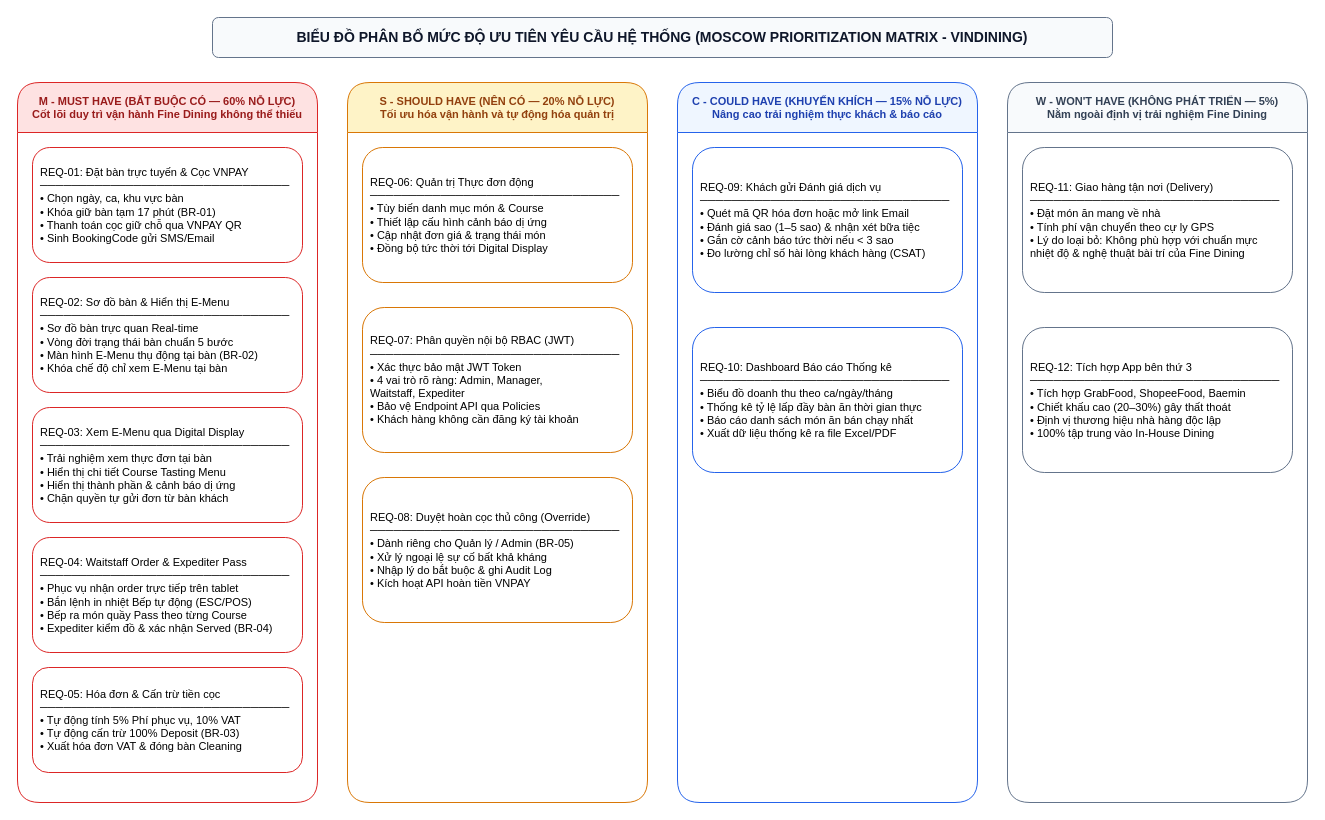
AndrewQng/VinDining keeps this draw.io diagram as docs/phase1/drawio/moscow_prioritization.drawio. Above is the earlier version. Source tidied: cells renumbered, new cells numbered last; positions are measured from the earlier drawing's top-left corner, leaving out a move shared by most shapes. Both pictures are drawn from the tidied source at 100%, with x=0, y=0 at pixel (17, 17).
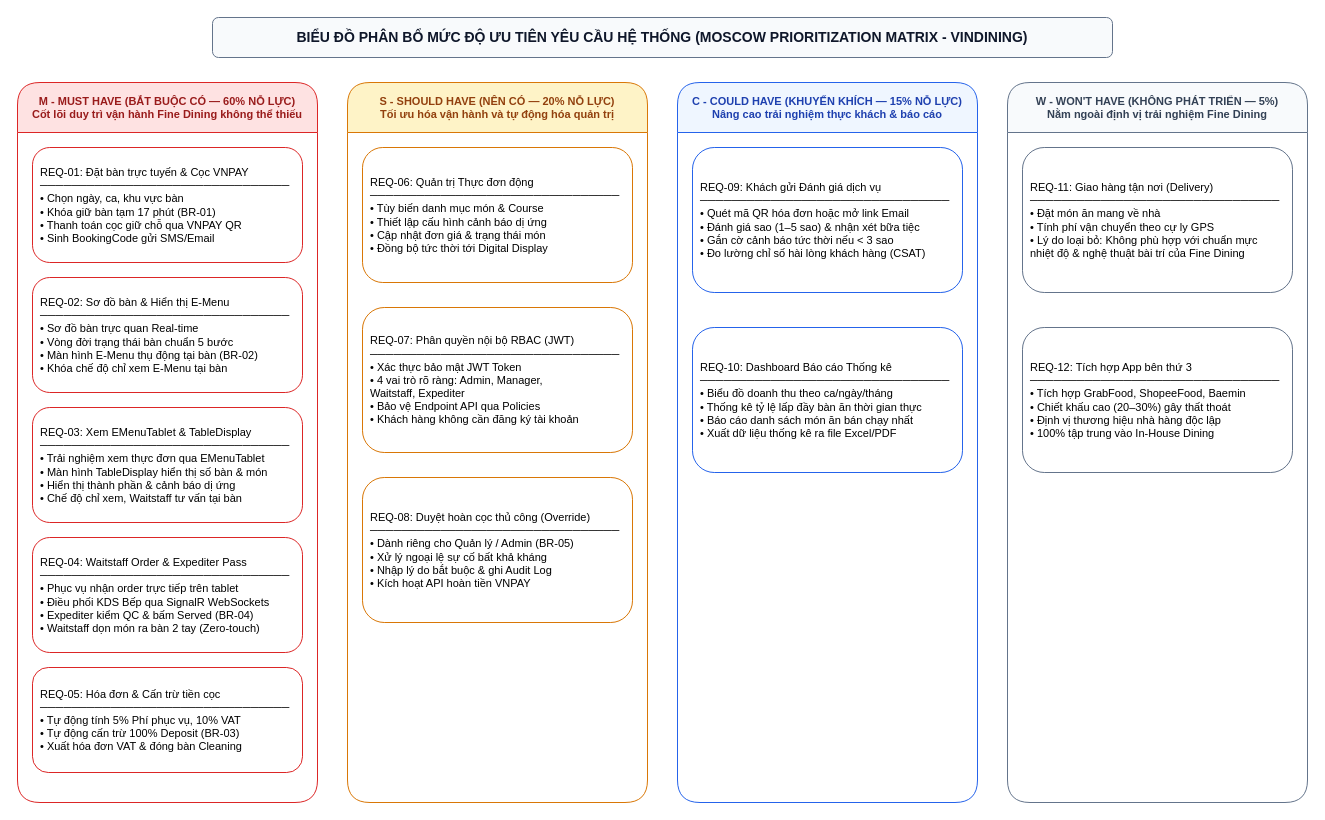
After the change.

Diff of the diagram source:
```diff
@@
 <mxGraphModel>
   <root>
     <mxCell id="0" />
     <mxCell id="1" parent="0" />
     <mxCell id="2" value="BIỂU ĐỒ PHÂN BỔ MỨC ĐỘ ƯU TIÊN YÊU CẦU HỆ THỐNG (MOSCOW PRIORITIZATION MATRIX - VINDINING)" style="rounded=1;whiteSpace=wrap;html=1;fillColor=#f8fafc;strokeColor=#64748b;fontStyle=1;fontSize=14;fontColor=#0f172a;" parent="1" vertex="1">
       <mxGeometry x="195" width="900" height="40" as="geometry" />
     </mxCell>
     <mxCell id="3" value="M - MUST HAVE (BẮT BUỘC CÓ — 60% NỖ LỰC)&#10;Cốt lõi duy trì vận hành Fine Dining không thể thiếu" style="swimlane;startSize=50;fillColor=#fee2e2;strokeColor=#dc2626;fontStyle=1;rounded=1;fontSize=11;fontColor=#991b1b;" parent="1" vertex="1">
       <mxGeometry y="65" width="300" height="720" as="geometry" />
     </mxCell>
     <mxCell id="4" value="REQ-01: Đặt bàn trực tuyến &amp; Cọc VNPAY&#10;────────────────────────────────&#10;• Chọn ngày, ca, khu vực bàn&#10;• Khóa giữ bàn tạm 17 phút (BR-01)&#10;• Thanh toán cọc giữ chỗ qua VNPAY QR&#10;• Sinh BookingCode gửi SMS/Email" style="rounded=1;whiteSpace=wrap;html=1;fillColor=#ffffff;strokeColor=#dc2626;align=left;spacing=8;fontSize=11;" parent="3" vertex="1">
       <mxGeometry x="15" y="65" width="270" height="115" as="geometry" />
     </mxCell>
     <mxCell id="5" value="REQ-02: Sơ đồ bàn &amp; Hiển thị E-Menu&#10;────────────────────────────────&#10;• Sơ đồ bàn trực quan Real-time&#10;• Vòng đời trạng thái bàn chuẩn 5 bước&#10;• Màn hình E-Menu thụ động tại bàn (BR-02)&#10;• Khóa chế độ chỉ xem E-Menu tại bàn" style="rounded=1;whiteSpace=wrap;html=1;fillColor=#ffffff;strokeColor=#dc2626;align=left;spacing=8;fontSize=11;" parent="3" vertex="1">
       <mxGeometry x="15" y="195" width="270" height="115" as="geometry" />
     </mxCell>
-    <mxCell id="6" value="REQ-03: Xem E-Menu qua Digital Display&#10;────────────────────────────────&#10;• Trải nghiệm xem thực đơn tại bàn&#10;• Hiển thị chi tiết Course Tasting Menu&#10;• Hiển thị thành phần &amp; cảnh báo dị ứng&#10;• Chặn quyền tự gửi đơn từ bàn khách" style="rounded=1;whiteSpace=wrap;html=1;fillColor=#ffffff;strokeColor=#dc2626;align=left;spacing=8;fontSize=11;" parent="3" vertex="1">
+    <mxCell id="6" value="REQ-03: Xem EMenuTablet &amp; TableDisplay&#10;────────────────────────────────&#10;• Trải nghiệm xem thực đơn qua EMenuTablet&#10;• Màn hình TableDisplay hiển thị số bàn &amp; món&#10;• Hiển thị thành phần &amp; cảnh báo dị ứng&#10;• Chế độ chỉ xem, Waitstaff tư vấn tại bàn" style="rounded=1;whiteSpace=wrap;html=1;fillColor=#ffffff;strokeColor=#dc2626;align=left;spacing=8;fontSize=11;" parent="3" vertex="1">
       <mxGeometry x="15" y="325" width="270" height="115" as="geometry" />
     </mxCell>
-    <mxCell id="7" value="REQ-04: Waitstaff Order &amp; Expediter Pass&#10;────────────────────────────────&#10;• Phục vụ nhận order trực tiếp trên tablet&#10;• Bắn lệnh in nhiệt Bếp tự động (ESC/POS)&#10;• Bếp ra món quầy Pass theo từng Course&#10;• Expediter kiểm đồ &amp; xác nhận Served (BR-04)" style="rounded=1;whiteSpace=wrap;html=1;fillColor=#ffffff;strokeColor=#dc2626;align=left;spacing=8;fontSize=11;" parent="3" vertex="1">
+    <mxCell id="7" value="REQ-04: Waitstaff Order &amp; Expediter Pass&#10;────────────────────────────────&#10;• Phục vụ nhận order trực tiếp trên tablet&#10;• Điều phối KDS Bếp qua SignalR WebSockets&#10;• Expediter kiểm QC &amp; bấm Served (BR-04)&#10;• Waitstaff dọn món ra bàn 2 tay (Zero-touch)" style="rounded=1;whiteSpace=wrap;html=1;fillColor=#ffffff;strokeColor=#dc2626;align=left;spacing=8;fontSize=11;" parent="3" vertex="1">
       <mxGeometry x="15" y="455" width="270" height="115" as="geometry" />
     </mxCell>
     <mxCell id="8" value="REQ-05: Hóa đơn &amp; Cấn trừ tiền cọc&#10;────────────────────────────────&#10;• Tự động tính 5% Phí phục vụ, 10% VAT&#10;• Tự động cấn trừ 100% Deposit (BR-03)&#10;• Xuất hóa đơn VAT &amp; đóng bàn Cleaning" style="rounded=1;whiteSpace=wrap;html=1;fillColor=#ffffff;strokeColor=#dc2626;align=left;spacing=8;fontSize=11;" parent="3" vertex="1">
       <mxGeometry x="15" y="585" width="270" height="105" as="geometry" />
     </mxCell>
     <mxCell id="9" value="S - SHOULD HAVE (NÊN CÓ — 20% NỖ LỰC)&#10;Tối ưu hóa vận hành và tự động hóa quản trị" style="swimlane;startSize=50;fillColor=#fef3c7;strokeColor=#d97706;fontStyle=1;rounded=1;fontSize=11;fontColor=#92400e;" parent="1" vertex="1">
       <mxGeometry x="330" y="65" width="300" height="720" as="geometry" />
     </mxCell>
     <mxCell id="10" value="REQ-06: Quản trị Thực đơn động&#10;────────────────────────────────&#10;• Tùy biến danh mục món &amp; Course&#10;• Thiết lập cấu hình cảnh báo dị ứng&#10;• Cập nhật đơn giá &amp; trạng thái món&#10;• Đồng bộ tức thời tới Digital Display" style="rounded=1;whiteSpace=wrap;html=1;fillColor=#ffffff;strokeColor=#d97706;align=left;spacing=8;fontSize=11;" parent="9" vertex="1">
       <mxGeometry x="15" y="65" width="270" height="135" as="geometry" />
     </mxCell>
     <mxCell id="11" value="REQ-07: Phân quyền nội bộ RBAC (JWT)&#10;────────────────────────────────&#10;• Xác thực bảo mật JWT Token&#10;• 4 vai trò rõ ràng: Admin, Manager,&#10;  Waitstaff, Expediter&#10;• Bảo vệ Endpoint API qua Policies&#10;• Khách hàng không cần đăng ký tài khoản" style="rounded=1;whiteSpace=wrap;html=1;fillColor=#ffffff;strokeColor=#d97706;align=left;spacing=8;fontSize=11;" parent="9" vertex="1">
       <mxGeometry x="15" y="225" width="270" height="145" as="geometry" />
     </mxCell>
     <mxCell id="12" value="REQ-08: Duyệt hoàn cọc thủ công (Override)&#10;────────────────────────────────&#10;• Dành riêng cho Quản lý / Admin (BR-05)&#10;• Xử lý ngoại lệ sự cố bất khả kháng&#10;• Nhập lý do bắt buộc &amp; ghi Audit Log&#10;• Kích hoạt API hoàn tiền VNPAY" style="rounded=1;whiteSpace=wrap;html=1;fillColor=#ffffff;strokeColor=#d97706;align=left;spacing=8;fontSize=11;" parent="9" vertex="1">
       <mxGeometry x="15" y="395" width="270" height="145" as="geometry" />
     </mxCell>
     <mxCell id="13" value="C - COULD HAVE (KHUYẾN KHÍCH — 15% NỖ LỰC)&#10;Nâng cao trải nghiệm thực khách &amp; báo cáo" style="swimlane;startSize=50;fillColor=#eff6ff;strokeColor=#2563eb;fontStyle=1;rounded=1;fontSize=11;fontColor=#1e40af;" parent="1" vertex="1">
       <mxGeometry x="660" y="65" width="300" height="720" as="geometry" />
     </mxCell>
     <mxCell id="14" value="REQ-09: Khách gửi Đánh giá dịch vụ&#10;────────────────────────────────&#10;• Quét mã QR hóa đơn hoặc mở link Email&#10;• Đánh giá sao (1–5 sao) &amp; nhận xét bữa tiệc&#10;• Gắn cờ cảnh báo tức thời nếu &lt; 3 sao&#10;• Đo lường chỉ số hài lòng khách hàng (CSAT)" style="rounded=1;whiteSpace=wrap;html=1;fillColor=#ffffff;strokeColor=#2563eb;align=left;spacing=8;fontSize=11;" parent="13" vertex="1">
       <mxGeometry x="15" y="65" width="270" height="145" as="geometry" />
     </mxCell>
     <mxCell id="15" value="REQ-10: Dashboard Báo cáo Thống kê&#10;────────────────────────────────&#10;• Biểu đồ doanh thu theo ca/ngày/tháng&#10;• Thống kê tỷ lệ lấp đầy bàn ăn thời gian thực&#10;• Báo cáo danh sách món ăn bán chạy nhất&#10;• Xuất dữ liệu thống kê ra file Excel/PDF" style="rounded=1;whiteSpace=wrap;html=1;fillColor=#ffffff;strokeColor=#2563eb;align=left;spacing=8;fontSize=11;" parent="13" vertex="1">
       <mxGeometry x="15" y="245" width="270" height="145" as="geometry" />
     </mxCell>
     <mxCell id="16" value="W - WON'T HAVE (KHÔNG PHÁT TRIỂN — 5%)&#10;Nằm ngoài định vị trải nghiệm Fine Dining" style="swimlane;startSize=50;fillColor=#f8fafc;strokeColor=#64748b;fontStyle=1;rounded=1;fontSize=11;fontColor=#334155;" parent="1" vertex="1">
       <mxGeometry x="990" y="65" width="300" height="720" as="geometry" />
     </mxCell>
     <mxCell id="17" value="REQ-11: Giao hàng tận nơi (Delivery)&#10;────────────────────────────────&#10;• Đặt món ăn mang về nhà&#10;• Tính phí vận chuyển theo cự ly GPS&#10;• Lý do loại bỏ: Không phù hợp với chuẩn mực&#10;  nhiệt độ &amp; nghệ thuật bài trí của Fine Dining" style="rounded=1;whiteSpace=wrap;html=1;fillColor=#ffffff;strokeColor=#64748b;align=left;spacing=8;fontSize=11;" parent="16" vertex="1">
       <mxGeometry x="15" y="65" width="270" height="145" as="geometry" />
     </mxCell>
     <mxCell id="18" value="REQ-12: Tích hợp App bên thứ 3&#10;────────────────────────────────&#10;• Tích hợp GrabFood, ShopeeFood, Baemin&#10;• Chiết khấu cao (20–30%) gây thất thoát&#10;• Định vị thương hiệu nhà hàng độc lập&#10;• 100% tập trung vào In-House Dining" style="rounded=1;whiteSpace=wrap;html=1;fillColor=#ffffff;strokeColor=#64748b;align=left;spacing=8;fontSize=11;" parent="16" vertex="1">
       <mxGeometry x="15" y="245" width="270" height="145" as="geometry" />
     </mxCell>
   </root>
 </mxGraphModel>
```
